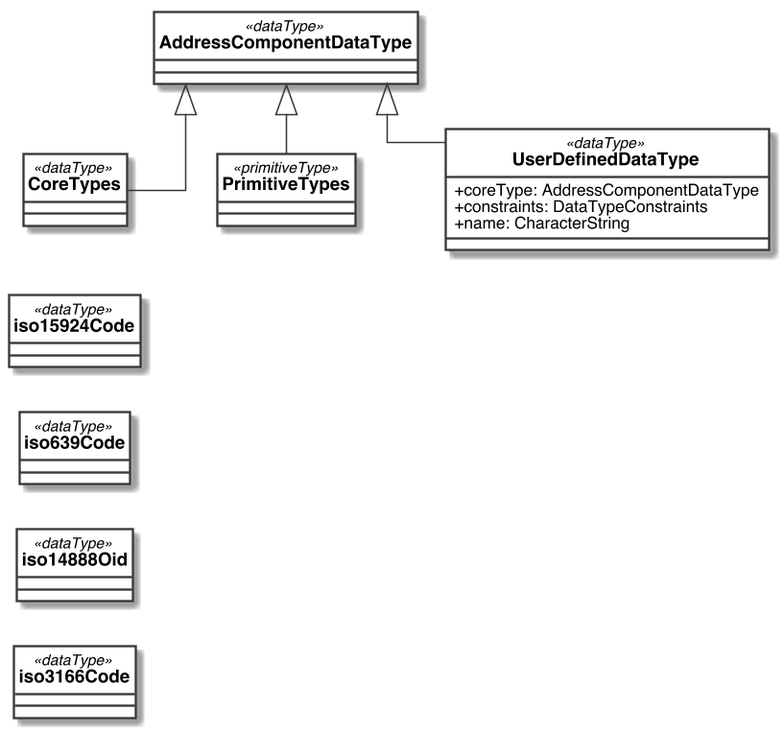
This is images/DataTypes.png from CalConnect/csd-digital-addresses, a PlantUML export, as it was before one commit. Source of this version:
```plantuml
@startuml DataTypes

skinparam classAttributeIconSize 0
skinparam Dpi 150
skinparam Monochrome true
skinparam LineType ortho
skinparam nodesep 60
skinparam ranksep 30
hide circle
skinparam Default {
TextAlignment center
FontName Helvetica
}
skinparam Class {
AttributeIconSize 0
BackgroundColor White
FontStyle bold
StereotypeFontSize 10
}
skinparam Rectangle {
BackgroundColor White
FontStyle bold
FontSize 11
StereotypeFontSize 10
}
skinparam Object {
BackgroundColor White
FontStyle bold
FontSize 11
StereotypeFontSize 10
}

skinparam Entity {
StereotypeFontSize 10
}

class AddressComponentDataType <<dataType>> {

}

class CoreTypes <<dataType>> {

}

class PrimitiveTypes <<primitiveType>> {

}

class iso15924Code <<dataType>> {

}

class iso639Code <<dataType>> {

}

class iso14888Oid <<dataType>> {

}

class iso3166Code <<dataType>> {

}

class UserDefinedDataType <<dataType>> {
    +coreType: AddressComponentDataType
    +constraints: DataTypeConstraints
    +name: CharacterString
}




AddressComponentDataType <|-- CoreTypes
AddressComponentDataType <|-- PrimitiveTypes
AddressComponentDataType <|-- UserDefinedDataType

iso15924Code -[hidden]up-> CoreTypes
iso639Code -[hidden]up-> iso15924Code
iso14888Oid -[hidden]up-> iso639Code
iso3166Code -[hidden]up-> iso14888Oid

@enduml
```
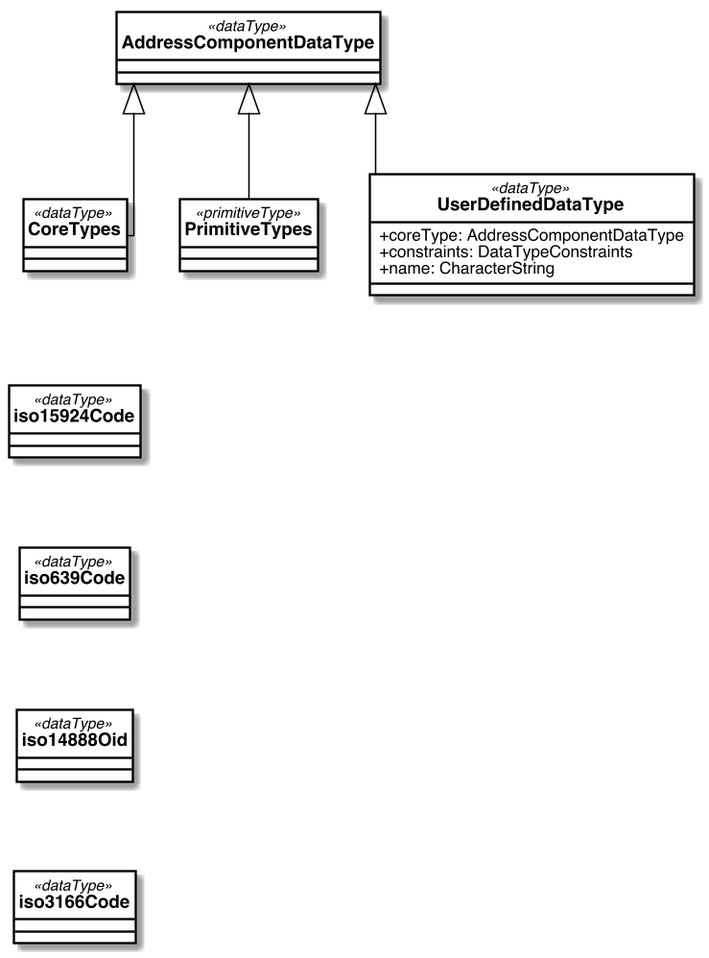
After the commit.

What changed in the source:
```diff
@@ -1,38 +1,44 @@
-@startuml DataTypes
+@startuml
 
-skinparam classAttributeIconSize 0
+
 skinparam Dpi 150
-skinparam Monochrome true
+skinparam Monochrome false
 skinparam LineType ortho
-skinparam nodesep 60
-skinparam ranksep 30
 hide circle
 skinparam Default {
-TextAlignment center
-FontName Helvetica
+  TextAlignment center
+  FontName Helvetica
 }
 skinparam Class {
-AttributeIconSize 0
-BackgroundColor White
-FontStyle bold
-StereotypeFontSize 10
+  AttributeIconSize 0
+  BackgroundColor White
+  ArrowColor Black
+  BorderColor Black
+  FontStyle bold
+  StereotypeFontSize 10
 }
 skinparam Rectangle {
-BackgroundColor White
-FontStyle bold
-FontSize 11
-StereotypeFontSize 10
+  BackgroundColor White
+  ArrowColor Black
+  BorderColor Black
+  FontStyle bold
+  FontSize 11
+  StereotypeFontSize 10
 }
 skinparam Object {
-BackgroundColor White
-FontStyle bold
-FontSize 11
-StereotypeFontSize 10
+  BackgroundColor White
+  ArrowColor Black
+  BorderColor Black
+  FontStyle bold
+  FontSize 11
+  StereotypeFontSize 10
 }
 
 skinparam Entity {
-StereotypeFontSize 10
+  StereotypeFontSize 10
 }
+
+
 
 class AddressComponentDataType <<dataType>> {
 
@@ -63,9 +69,9 @@
 }
 
 class UserDefinedDataType <<dataType>> {
-    +coreType: AddressComponentDataType
-    +constraints: DataTypeConstraints
-    +name: CharacterString
+  +coreType: AddressComponentDataType
+  +constraints: DataTypeConstraints
+  +name: CharacterString
 }
 
 
```
